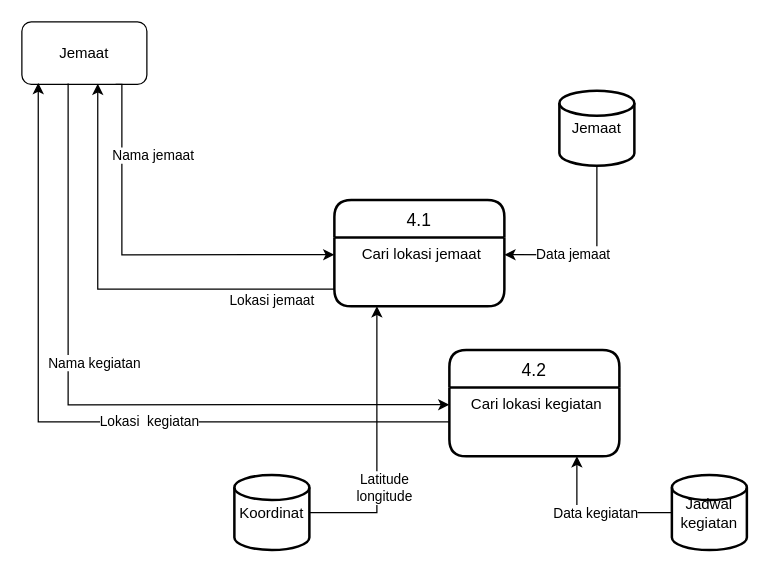
Before: page "Page-14" (14 of 14) of DFD.drawio in Raymond-15/requirements, a draw.io diagram. Source tidied: cells renumbered, new cells numbered last; positions are measured from the earlier drawing's top-left corner, leaving out a move shared by most shapes. Both pictures are drawn from the tidied source at 125%, with x=0, y=0 at pixel (21, 21).
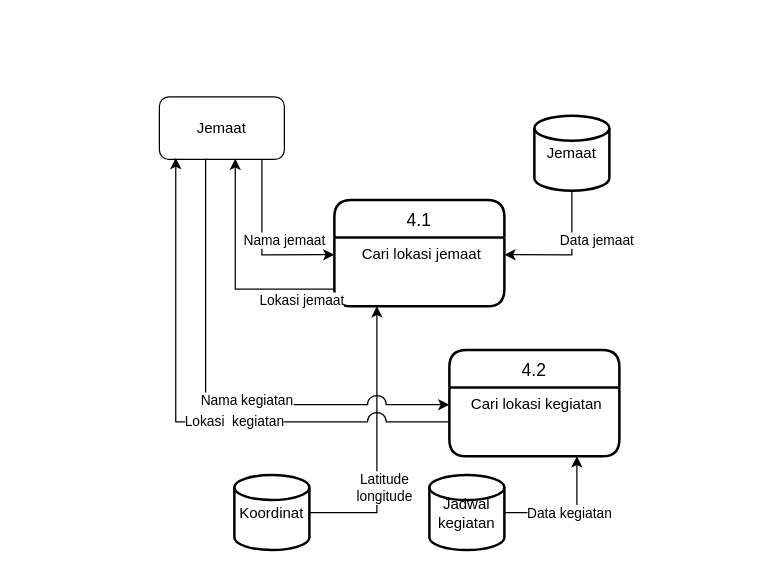
The same diagram, later.

The edit, as a diff of the source:
```diff
@@
 <mxGraphModel>
   <root>
     <mxCell id="0" />
     <mxCell id="1" parent="0" />
     <mxCell id="2" value="Jemaat" style="rounded=1;whiteSpace=wrap;html=1;" parent="1" vertex="1">
-      <mxGeometry width="100" height="50" as="geometry" />
+      <mxGeometry x="110" y="60" width="100" height="50" as="geometry" />
     </mxCell>
     <mxCell id="3" value="Jemaat" style="strokeWidth=2;html=1;shape=mxgraph.flowchart.database;whiteSpace=wrap;" parent="1" vertex="1">
-      <mxGeometry x="430" y="55" width="60" height="60" as="geometry" />
+      <mxGeometry x="410" y="75" width="60" height="60" as="geometry" />
     </mxCell>
     <mxCell id="4" value="4.1" style="swimlane;horizontal=1;startSize=30;rounded=1;fontSize=14;fontStyle=0;strokeWidth=2;shadow=0;dashed=0;align=center;verticalAlign=middle;" parent="1" vertex="1">
       <mxGeometry x="250" y="142.5" width="136" height="85" as="geometry" />
     </mxCell>
     <mxCell id="5" value="Cari lokasi jemaat" style="align=center;strokeColor=none;fillColor=none;spacingLeft=4;fontSize=12;verticalAlign=top;" parent="4" vertex="1">
       <mxGeometry y="30" width="136" height="55" as="geometry" />
     </mxCell>
-    <mxCell id="6" value="Nama jemaat" style="edgeStyle=orthogonalEdgeStyle;rounded=0;jettySize=auto;html=1;entryX=0;entryY=0.25;entryDx=0;entryDy=0;exitX=0.75;exitY=1;exitDx=0;exitDy=0;" parent="1" edge="1" source="2" target="5">
-      <mxGeometry x="-0.6" y="25" relative="1" as="geometry">
-        <Array as="points">
-          <mxPoint x="80" y="50.5" />
-          <mxPoint x="80" y="186.5" />
-        </Array>
-      </mxGeometry>
-    </mxCell>
     <mxCell id="7" value="Lokasi jemaat" style="edgeStyle=orthogonalEdgeStyle;rounded=0;jettySize=auto;html=1;entryX=0.607;entryY=0.988;entryDx=0;entryDy=0;exitX=0;exitY=0.75;exitDx=0;exitDy=0;entryPerimeter=0;" parent="1" edge="1" source="5" target="2">
       <mxGeometry x="-0.72" y="9" relative="1" as="geometry" />
     </mxCell>
     <mxCell id="8" value="Latitude&lt;br&gt;longitude" style="edgeStyle=orthogonalEdgeStyle;rounded=0;jettySize=auto;html=1;entryX=0.25;entryY=1;entryDx=0;entryDy=0;" parent="1" edge="1" source="9" target="5">
       <mxGeometry x="-0.32" y="-6" relative="1" as="geometry" />
     </mxCell>
     <mxCell id="9" value="Koordinat" style="strokeWidth=2;html=1;shape=mxgraph.flowchart.database;whiteSpace=wrap;" parent="1" vertex="1">
       <mxGeometry x="170" y="362.5" width="60" height="60" as="geometry" />
     </mxCell>
     <mxCell id="10" value="Data jemaat" style="edgeStyle=orthogonalEdgeStyle;rounded=0;jettySize=auto;html=1;entryX=1;entryY=0.25;entryDx=0;entryDy=0;exitX=0.5;exitY=1;exitDx=0;exitDy=0;exitPerimeter=0;jumpStyle=arc;jumpSize=15;" parent="1" edge="1" source="3" target="5">
-      <mxGeometry x="0.24" relative="1" as="geometry" />
+      <mxGeometry x="-0.24" y="20" relative="1" as="geometry" />
     </mxCell>
     <mxCell id="11" value="4.2" style="swimlane;horizontal=1;startSize=30;rounded=1;fontSize=14;fontStyle=0;strokeWidth=2;shadow=0;dashed=0;align=center;verticalAlign=middle;" parent="1" vertex="1">
       <mxGeometry x="342" y="262.5" width="136" height="85" as="geometry" />
     </mxCell>
     <mxCell id="12" value="Cari lokasi kegiatan" style="align=center;strokeColor=none;fillColor=none;spacingLeft=4;fontSize=12;verticalAlign=top;" parent="11" vertex="1">
       <mxGeometry y="30" width="136" height="55" as="geometry" />
     </mxCell>
-    <mxCell id="13" value="Data kegiatan" style="edgeStyle=orthogonalEdgeStyle;rounded=0;jumpStyle=arc;jumpSize=15;jettySize=auto;html=1;entryX=0.75;entryY=1;entryDx=0;entryDy=0;" parent="1" edge="1" source="14" target="12">
+    <mxCell id="13" value="Data kegiatan" style="edgeStyle=orthogonalEdgeStyle;rounded=0;jumpStyle=arc;jumpSize=15;jettySize=auto;html=1;entryX=0.75;entryY=1;entryDx=0;entryDy=0;exitX=1;exitY=0.5;exitDx=0;exitDy=0;exitPerimeter=0;" parent="1" edge="1" source="14" target="12">
       <mxGeometry relative="1" as="geometry" />
     </mxCell>
     <mxCell id="14" value="Jadwal&lt;br&gt;kegiatan" style="strokeWidth=2;html=1;shape=mxgraph.flowchart.database;whiteSpace=wrap;" parent="1" vertex="1">
-      <mxGeometry x="520" y="362.5" width="60" height="60" as="geometry" />
+      <mxGeometry x="326" y="362.5" width="60" height="60" as="geometry" />
     </mxCell>
-    <mxCell id="15" value="Nama kegiatan" style="edgeStyle=orthogonalEdgeStyle;rounded=0;jettySize=auto;html=1;entryX=0;entryY=0.25;entryDx=0;entryDy=0;exitX=0.37;exitY=0.987;exitDx=0;exitDy=0;exitPerimeter=0;" parent="1" edge="1" source="2" target="12">
+    <mxCell id="15" value="Nama kegiatan" style="edgeStyle=orthogonalEdgeStyle;rounded=0;jettySize=auto;html=1;entryX=0;entryY=0.25;entryDx=0;entryDy=0;exitX=0.37;exitY=0.987;exitDx=0;exitDy=0;exitPerimeter=0;jumpStyle=arc;jumpSize=15;" parent="1" edge="1" source="2" target="12">
       <mxGeometry x="-0.01" y="33" relative="1" as="geometry" />
     </mxCell>
-    <mxCell id="16" value="Lokasi&amp;nbsp; kegiatan" style="edgeStyle=orthogonalEdgeStyle;rounded=0;jettySize=auto;html=1;entryX=0.131;entryY=0.977;entryDx=0;entryDy=0;exitX=0;exitY=0.5;exitDx=0;exitDy=0;entryPerimeter=0;" parent="1" edge="1" source="12" target="2">
+    <mxCell id="16" value="Lokasi&amp;nbsp; kegiatan" style="edgeStyle=orthogonalEdgeStyle;rounded=0;jettySize=auto;html=1;entryX=0.131;entryY=0.977;entryDx=0;entryDy=0;exitX=0;exitY=0.5;exitDx=0;exitDy=0;entryPerimeter=0;jumpStyle=arc;jumpSize=15;" parent="1" edge="1" source="12" target="2">
       <mxGeometry x="-0.2" relative="1" as="geometry" />
     </mxCell>
+    <mxCell id="6" value="Nama jemaat" style="edgeStyle=orthogonalEdgeStyle;rounded=0;jettySize=auto;html=1;exitX=0;exitY=0.25;exitDx=0;exitDy=0;entryX=0.82;entryY=1.005;entryDx=0;entryDy=0;entryPerimeter=0;startArrow=classic;startFill=1;endArrow=none;endFill=0;" parent="1" edge="1" source="5" target="2">
+      <mxGeometry x="-0.4" y="-11" relative="1" as="geometry" />
+    </mxCell>
   </root>
 </mxGraphModel>
```
